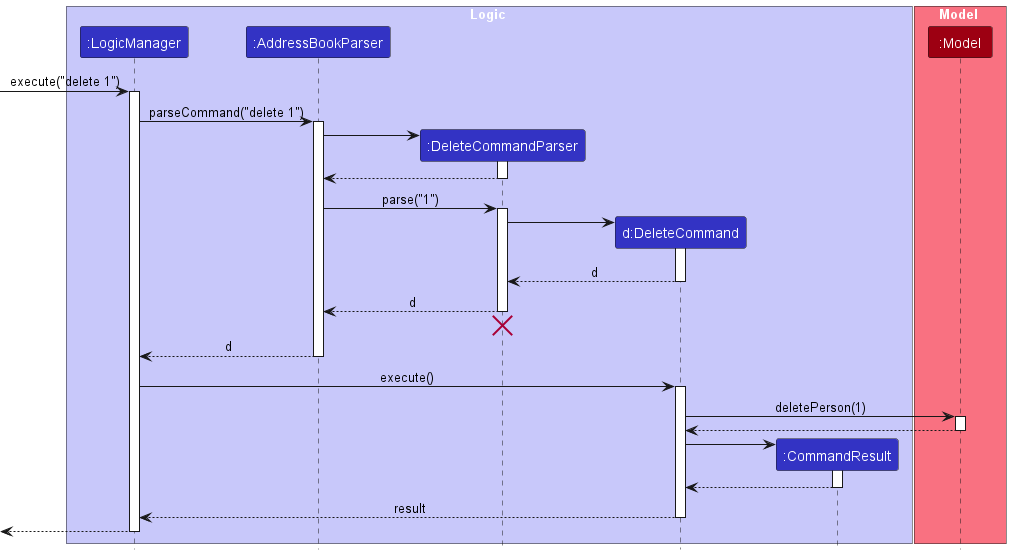
Before: docs/images/DeleteSequenceDiagram.png, a diagram exported from PlantUML (samuelthen/tp).
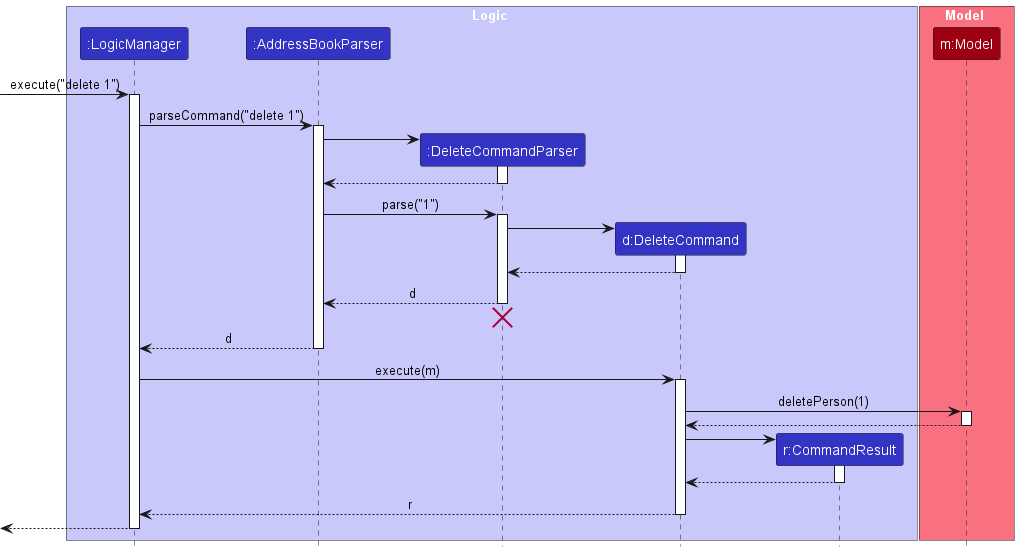
After the commit.

Commit message:
DG: Tweak object names in delete-person sequence diagram

Changes:
* Use m to refer to Model object
* Use r to refer to the CommandResult object
* Remove redundant use of d in constructor return arrow

The edit, as a diff of the source:
```diff
@@ -7,11 +7,11 @@
 participant ":AddressBookParser" as AddressBookParser LOGIC_COLOR
 participant ":DeleteCommandParser" as DeleteCommandParser LOGIC_COLOR
 participant "d:DeleteCommand" as DeleteCommand LOGIC_COLOR
-participant ":CommandResult" as CommandResult LOGIC_COLOR
+participant "r:CommandResult" as CommandResult LOGIC_COLOR
 end box
 
 box Model MODEL_COLOR_T1
-participant ":Model" as Model MODEL_COLOR
+participant "m:Model" as Model MODEL_COLOR
 end box
 
 [-> LogicManager : execute("delete 1")
@@ -34,7 +34,7 @@
 DeleteCommandParser -> DeleteCommand
 activate DeleteCommand
 
-DeleteCommand --> DeleteCommandParser : d
+DeleteCommand --> DeleteCommandParser :
 deactivate DeleteCommand
 
 DeleteCommandParser --> AddressBookParser : d
@@ -45,7 +45,7 @@
 AddressBookParser --> LogicManager : d
 deactivate AddressBookParser
 
-LogicManager -> DeleteCommand : execute()
+LogicManager -> DeleteCommand : execute(m)
 activate DeleteCommand
 
 DeleteCommand -> Model : deletePerson(1)
@@ -61,7 +61,7 @@
 CommandResult --> DeleteCommand
 deactivate CommandResult
 
-DeleteCommand --> LogicManager : result
+DeleteCommand --> LogicManager : r
 deactivate DeleteCommand
 
 [<--LogicManager
```
